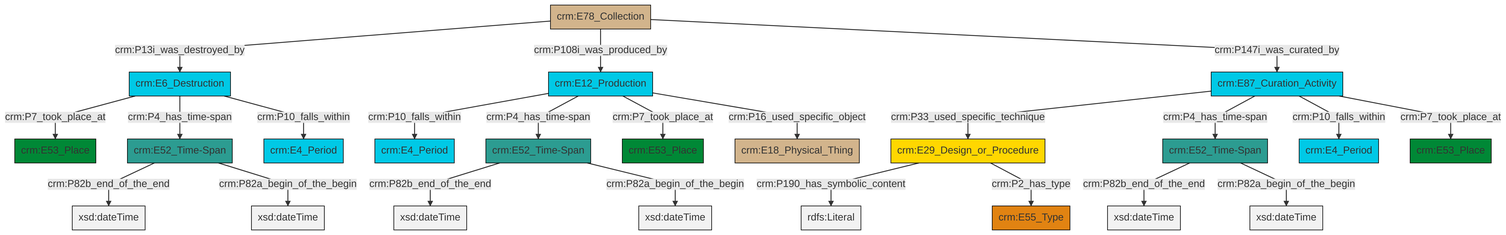
swiss-art-research-net/docs.swissartresearch keeps this Mermaid diagram as et/archivalCSV/ttl/mmd/png/archival_existence.png. Above is the earlier version. Its source is kept beside it as et/archivalCSV/ttl/mmd/archival_existence.ttl.mmd. The source it was exported from:
```mermaid
graph TD
classDef Literal fill:#f2f2f2,stroke:#000000;
classDef CRM_Entity fill:#FFFFFF,stroke:#000000;
classDef Temporal_Entity fill:#00C9E6, stroke:#000000;
classDef Type fill:#E18312, stroke:#000000;
classDef Time-Span fill:#2C9C91, stroke:#000000;
classDef Appellation fill:#FFEB7F, stroke:#000000;
classDef Place fill:#008836, stroke:#000000;
classDef Persistent_Item fill:#B266B2, stroke:#000000;
classDef Conceptual_Object fill:#FFD700, stroke:#000000;
classDef Physical_Thing fill:#D2B48C, stroke:#000000;
classDef Actor fill:#f58aad, stroke:#000000;
classDef PC_Classes fill:#4ce600, stroke:#000000;
classDef Multi fill:#cccccc,stroke:#000000;

0["crm:E52_Time-Span"]:::Time-Span -->|crm:P82b_end_of_the_end| 1[xsd:dateTime]:::Literal
2["crm:E29_Design_or_Procedure"]:::Conceptual_Object -->|crm:P190_has_symbolic_content| 3[rdfs:Literal]:::Literal
4["crm:E78_Collection"]:::Physical_Thing -->|crm:P13i_was_destroyed_by| 5["crm:E6_Destruction"]:::Temporal_Entity
6["crm:E52_Time-Span"]:::Time-Span -->|crm:P82b_end_of_the_end| 7[xsd:dateTime]:::Literal
5["crm:E6_Destruction"]:::Temporal_Entity -->|crm:P7_took_place_at| 9["crm:E53_Place"]:::Place
11["crm:E87_Curation_Activity"]:::Temporal_Entity -->|crm:P33_used_specific_technique| 2["crm:E29_Design_or_Procedure"]:::Conceptual_Object
4["crm:E78_Collection"]:::Physical_Thing -->|crm:P108i_was_produced_by| 14["crm:E12_Production"]:::Temporal_Entity
14["crm:E12_Production"]:::Temporal_Entity -->|crm:P10_falls_within| 15["crm:E4_Period"]:::Temporal_Entity
11["crm:E87_Curation_Activity"]:::Temporal_Entity -->|crm:P4_has_time-span| 17["crm:E52_Time-Span"]:::Time-Span
17["crm:E52_Time-Span"]:::Time-Span -->|crm:P82b_end_of_the_end| 18[xsd:dateTime]:::Literal
11["crm:E87_Curation_Activity"]:::Temporal_Entity -->|crm:P10_falls_within| 19["crm:E4_Period"]:::Temporal_Entity
2["crm:E29_Design_or_Procedure"]:::Conceptual_Object -->|crm:P2_has_type| 22["crm:E55_Type"]:::Type
5["crm:E6_Destruction"]:::Temporal_Entity -->|crm:P4_has_time-span| 0["crm:E52_Time-Span"]:::Time-Span
11["crm:E87_Curation_Activity"]:::Temporal_Entity -->|crm:P7_took_place_at| 23["crm:E53_Place"]:::Place
6["crm:E52_Time-Span"]:::Time-Span -->|crm:P82a_begin_of_the_begin| 30[xsd:dateTime]:::Literal
0["crm:E52_Time-Span"]:::Time-Span -->|crm:P82a_begin_of_the_begin| 31[xsd:dateTime]:::Literal
14["crm:E12_Production"]:::Temporal_Entity -->|crm:P4_has_time-span| 6["crm:E52_Time-Span"]:::Time-Span
17["crm:E52_Time-Span"]:::Time-Span -->|crm:P82a_begin_of_the_begin| 32[xsd:dateTime]:::Literal
4["crm:E78_Collection"]:::Physical_Thing -->|crm:P147i_was_curated_by| 11["crm:E87_Curation_Activity"]:::Temporal_Entity
14["crm:E12_Production"]:::Temporal_Entity -->|crm:P7_took_place_at| 26["crm:E53_Place"]:::Place
5["crm:E6_Destruction"]:::Temporal_Entity -->|crm:P10_falls_within| 33["crm:E4_Period"]:::Temporal_Entity
14["crm:E12_Production"]:::Temporal_Entity -->|crm:P16_used_specific_object| 12["crm:E18_Physical_Thing"]:::Physical_Thing
```
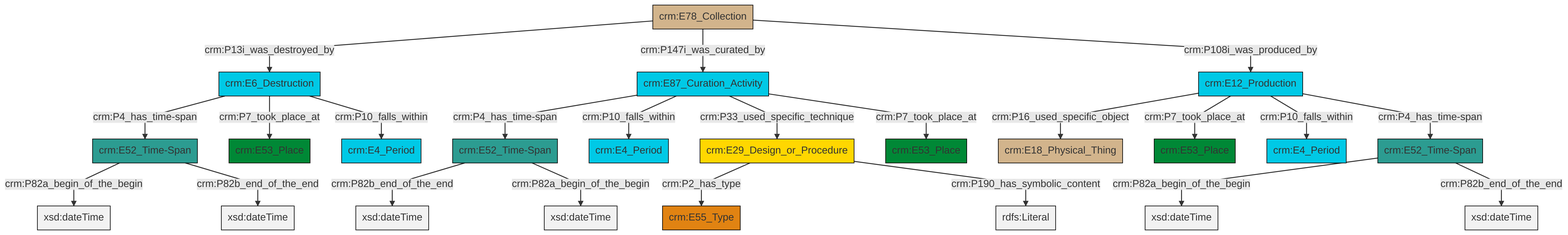
After the commit.

The edit, as a diff of the source:
```diff
@@ -13,25 +13,25 @@
 classDef PC_Classes fill:#4ce600, stroke:#000000;
 classDef Multi fill:#cccccc,stroke:#000000;
 
-0["crm:E52_Time-Span"]:::Time-Span -->|crm:P82b_end_of_the_end| 1[xsd:dateTime]:::Literal
-2["crm:E29_Design_or_Procedure"]:::Conceptual_Object -->|crm:P190_has_symbolic_content| 3[rdfs:Literal]:::Literal
-4["crm:E78_Collection"]:::Physical_Thing -->|crm:P13i_was_destroyed_by| 5["crm:E6_Destruction"]:::Temporal_Entity
-6["crm:E52_Time-Span"]:::Time-Span -->|crm:P82b_end_of_the_end| 7[xsd:dateTime]:::Literal
-5["crm:E6_Destruction"]:::Temporal_Entity -->|crm:P7_took_place_at| 9["crm:E53_Place"]:::Place
-11["crm:E87_Curation_Activity"]:::Temporal_Entity -->|crm:P33_used_specific_technique| 2["crm:E29_Design_or_Procedure"]:::Conceptual_Object
-4["crm:E78_Collection"]:::Physical_Thing -->|crm:P108i_was_produced_by| 14["crm:E12_Production"]:::Temporal_Entity
-14["crm:E12_Production"]:::Temporal_Entity -->|crm:P10_falls_within| 15["crm:E4_Period"]:::Temporal_Entity
-11["crm:E87_Curation_Activity"]:::Temporal_Entity -->|crm:P4_has_time-span| 17["crm:E52_Time-Span"]:::Time-Span
-17["crm:E52_Time-Span"]:::Time-Span -->|crm:P82b_end_of_the_end| 18[xsd:dateTime]:::Literal
-11["crm:E87_Curation_Activity"]:::Temporal_Entity -->|crm:P10_falls_within| 19["crm:E4_Period"]:::Temporal_Entity
-2["crm:E29_Design_or_Procedure"]:::Conceptual_Object -->|crm:P2_has_type| 22["crm:E55_Type"]:::Type
-5["crm:E6_Destruction"]:::Temporal_Entity -->|crm:P4_has_time-span| 0["crm:E52_Time-Span"]:::Time-Span
-11["crm:E87_Curation_Activity"]:::Temporal_Entity -->|crm:P7_took_place_at| 23["crm:E53_Place"]:::Place
-6["crm:E52_Time-Span"]:::Time-Span -->|crm:P82a_begin_of_the_begin| 30[xsd:dateTime]:::Literal
-0["crm:E52_Time-Span"]:::Time-Span -->|crm:P82a_begin_of_the_begin| 31[xsd:dateTime]:::Literal
-14["crm:E12_Production"]:::Temporal_Entity -->|crm:P4_has_time-span| 6["crm:E52_Time-Span"]:::Time-Span
-17["crm:E52_Time-Span"]:::Time-Span -->|crm:P82a_begin_of_the_begin| 32[xsd:dateTime]:::Literal
-4["crm:E78_Collection"]:::Physical_Thing -->|crm:P147i_was_curated_by| 11["crm:E87_Curation_Activity"]:::Temporal_Entity
-14["crm:E12_Production"]:::Temporal_Entity -->|crm:P7_took_place_at| 26["crm:E53_Place"]:::Place
-5["crm:E6_Destruction"]:::Temporal_Entity -->|crm:P10_falls_within| 33["crm:E4_Period"]:::Temporal_Entity
-14["crm:E12_Production"]:::Temporal_Entity -->|crm:P16_used_specific_object| 12["crm:E18_Physical_Thing"]:::Physical_Thing
+0["crm:E78_Collection"]:::Physical_Thing -->|crm:P13i_was_destroyed_by| 1["crm:E6_Destruction"]:::Temporal_Entity
+2["crm:E12_Production"]:::Temporal_Entity -->|crm:P16_used_specific_object| 3["crm:E18_Physical_Thing"]:::Physical_Thing
+4["crm:E87_Curation_Activity"]:::Temporal_Entity -->|crm:P4_has_time-span| 5["crm:E52_Time-Span"]:::Time-Span
+5["crm:E52_Time-Span"]:::Time-Span -->|crm:P82b_end_of_the_end| 6[xsd:dateTime]:::Literal
+4["crm:E87_Curation_Activity"]:::Temporal_Entity -->|crm:P10_falls_within| 7["crm:E4_Period"]:::Temporal_Entity
+1["crm:E6_Destruction"]:::Temporal_Entity -->|crm:P4_has_time-span| 8["crm:E52_Time-Span"]:::Time-Span
+1["crm:E6_Destruction"]:::Temporal_Entity -->|crm:P7_took_place_at| 11["crm:E53_Place"]:::Place
+0["crm:E78_Collection"]:::Physical_Thing -->|crm:P147i_was_curated_by| 4["crm:E87_Curation_Activity"]:::Temporal_Entity
+17["crm:E29_Design_or_Procedure"]:::Conceptual_Object -->|crm:P2_has_type| 14["crm:E55_Type"]:::Type
+2["crm:E12_Production"]:::Temporal_Entity -->|crm:P7_took_place_at| 20["crm:E53_Place"]:::Place
+4["crm:E87_Curation_Activity"]:::Temporal_Entity -->|crm:P33_used_specific_technique| 17["crm:E29_Design_or_Procedure"]:::Conceptual_Object
+2["crm:E12_Production"]:::Temporal_Entity -->|crm:P10_falls_within| 23["crm:E4_Period"]:::Temporal_Entity
+5["crm:E52_Time-Span"]:::Time-Span -->|crm:P82a_begin_of_the_begin| 26[xsd:dateTime]:::Literal
+1["crm:E6_Destruction"]:::Temporal_Entity -->|crm:P10_falls_within| 12["crm:E4_Period"]:::Temporal_Entity
+0["crm:E78_Collection"]:::Physical_Thing -->|crm:P108i_was_produced_by| 2["crm:E12_Production"]:::Temporal_Entity
+8["crm:E52_Time-Span"]:::Time-Span -->|crm:P82a_begin_of_the_begin| 29[xsd:dateTime]:::Literal
+9["crm:E52_Time-Span"]:::Time-Span -->|crm:P82a_begin_of_the_begin| 30[xsd:dateTime]:::Literal
+2["crm:E12_Production"]:::Temporal_Entity -->|crm:P4_has_time-span| 9["crm:E52_Time-Span"]:::Time-Span
+9["crm:E52_Time-Span"]:::Time-Span -->|crm:P82b_end_of_the_end| 33[xsd:dateTime]:::Literal
+4["crm:E87_Curation_Activity"]:::Temporal_Entity -->|crm:P7_took_place_at| 31["crm:E53_Place"]:::Place
+8["crm:E52_Time-Span"]:::Time-Span -->|crm:P82b_end_of_the_end| 36[xsd:dateTime]:::Literal
+17["crm:E29_Design_or_Procedure"]:::Conceptual_Object -->|crm:P190_has_symbolic_content| 37[rdfs:Literal]:::Literal
```
